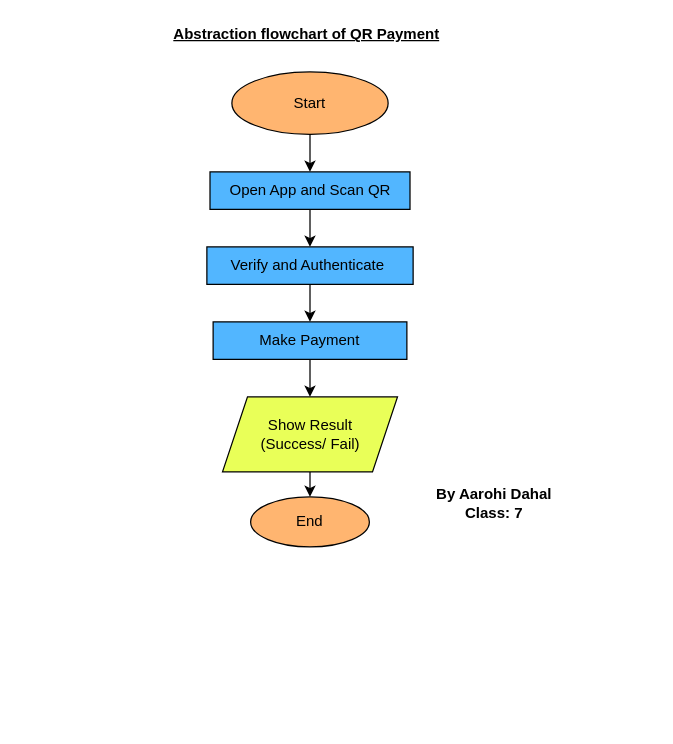
This is Arohi2.drawio from dikshyarai10/CHM, a draw.io file, before an edit. Source tidied: cells renumbered, new cells numbered last; positions are measured from the earlier drawing's top-left corner, leaving out a move shared by most shapes. Both pictures are drawn from the tidied source at 125%, with x=0, y=0 at pixel (162, 21).
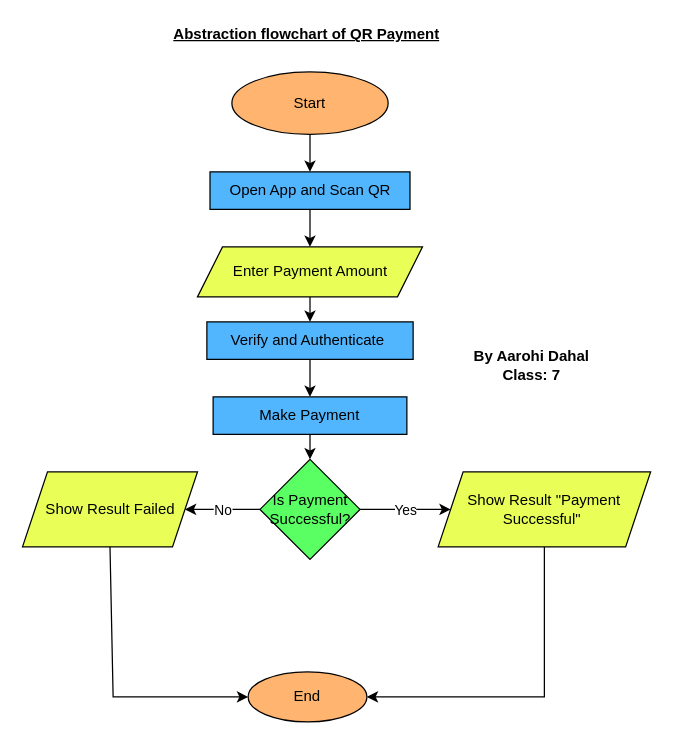
Above is the later version.

The change refers to these unchanged cells:
```xml
<mxCell id="4" value="Open App and Scan QR" style="rounded=0;whiteSpace=wrap;html=1;fillColor=#52B6FF;" parent="1" vertex="1">
  <mxGeometry x="37.5" y="120" width="160" height="30" as="geometry" />
</mxCell>
```

What changed in the source:
```diff
@@
     <mxCell id="5" value="Verify and Authenticate&amp;nbsp;" style="rounded=0;whiteSpace=wrap;html=1;fillColor=#52B6FF;" parent="1" vertex="1">
-      <mxGeometry x="35" y="180" width="165" height="30" as="geometry" />
+      <mxGeometry x="35" y="240" width="165" height="30" as="geometry" />
     </mxCell>
     <mxCell id="6" value="Make Payment" style="rounded=0;whiteSpace=wrap;html=1;fillColor=#52B6FF;" parent="1" vertex="1">
-      <mxGeometry x="40" y="240" width="155" height="30" as="geometry" />
+      <mxGeometry x="40" y="300" width="155" height="30" as="geometry" />
     </mxCell>
-    <mxCell id="7" value="Show Result&lt;div&gt;(Success/ Fail)&lt;/div&gt;" style="shape=parallelogram;perimeter=parallelogramPerimeter;whiteSpace=wrap;html=1;fixedSize=1;fillColor=#E9FF58;" parent="1" vertex="1">
-      <mxGeometry x="47.5" y="300" width="140" height="60" as="geometry" />
+    <mxCell id="7" value="Show Result Failed" style="shape=parallelogram;perimeter=parallelogramPerimeter;whiteSpace=wrap;html=1;fixedSize=1;fillColor=#E9FF58;" parent="1" vertex="1">
+      <mxGeometry x="-112.5" y="360" width="140" height="60" as="geometry" />
     </mxCell>
     <mxCell id="8" value="End" style="ellipse;whiteSpace=wrap;html=1;fillColor=#FFB570;" parent="1" vertex="1">
-      <mxGeometry x="70" y="380" width="95" height="40" as="geometry" />
+      <mxGeometry x="68" y="520" width="95" height="40" as="geometry" />
     </mxCell>
@@
-    <mxCell id="10" style="endArrow=classic;html=1;rounded=0;entryX=0.5;entryY=0;entryDx=0;entryDy=0;exitX=0.5;exitY=1;exitDx=0;exitDy=0;" parent="1" edge="1" source="4" target="5">
-      <mxGeometry relative="1" as="geometry" />
-    </mxCell>
@@
-    <mxCell id="12" style="endArrow=classic;html=1;rounded=0;entryX=0.5;entryY=0;entryDx=0;entryDy=0;exitX=0.5;exitY=1;exitDx=0;exitDy=0;" parent="1" edge="1" source="6" target="7">
-      <mxGeometry relative="1" as="geometry" />
-    </mxCell>
-    <mxCell id="13" style="endArrow=classic;html=1;rounded=0;entryX=0.5;entryY=0;entryDx=0;entryDy=0;exitX=0.5;exitY=1;exitDx=0;exitDy=0;" parent="1" edge="1" source="7" target="8">
-      <mxGeometry relative="1" as="geometry" />
+    <mxCell id="13" style="endArrow=classic;html=1;rounded=0;entryX=0;entryY=0.5;entryDx=0;entryDy=0;exitX=0.5;exitY=1;exitDx=0;exitDy=0;" parent="1" edge="1" source="7" target="8">
+      <mxGeometry relative="1" as="geometry">
+        <Array as="points">
+          <mxPoint x="-40" y="540" />
+        </Array>
+      </mxGeometry>
     </mxCell>
     <mxCell id="14" value="&lt;b&gt;By Aarohi Dahal&lt;/b&gt;&lt;div&gt;&lt;b&gt;Class: 7&lt;/b&gt;&lt;/div&gt;" style="text;html=1;align=center;verticalAlign=middle;whiteSpace=wrap;rounded=0;" parent="1" vertex="1">
-      <mxGeometry x="210" y="370" width="110" height="30" as="geometry" />
+      <mxGeometry x="240" y="260" width="110" height="30" as="geometry" />
     </mxCell>
+    <mxCell id="15" value="Enter Payment Amount" style="shape=parallelogram;perimeter=parallelogramPerimeter;whiteSpace=wrap;html=1;fixedSize=1;fillColor=#E9FF58;" parent="1" vertex="1">
+      <mxGeometry x="27.5" y="180" width="180" height="40" as="geometry" />
+    </mxCell>
+    <mxCell id="16" value="Is Payment Successful?" style="rhombus;whiteSpace=wrap;html=1;fillColor=#5AFF64;" parent="1" vertex="1">
+      <mxGeometry x="77.5" y="350" width="80" height="80" as="geometry" />
+    </mxCell>
+    <mxCell id="17" value="Show Result &quot;Payment Successful&quot;&amp;nbsp;" style="shape=parallelogram;perimeter=parallelogramPerimeter;whiteSpace=wrap;html=1;fixedSize=1;fillColor=#E9FF58;" parent="1" vertex="1">
+      <mxGeometry x="220" y="360" width="170" height="60" as="geometry" />
+    </mxCell>
+    <mxCell id="18" style="endArrow=classic;html=1;rounded=0;entryX=1;entryY=0.5;entryDx=0;entryDy=0;exitX=0;exitY=0.5;exitDx=0;exitDy=0;" parent="1" edge="1" source="16" target="7">
+      <mxGeometry relative="1" as="geometry" />
+    </mxCell>
+    <mxCell id="19" value="No" style="edgeLabel;html=1;align=center;verticalAlign=middle;" parent="18" vertex="1">
+      <mxGeometry relative="1" as="geometry" />
+    </mxCell>
+    <mxCell id="20" style="endArrow=classic;html=1;rounded=0;entryX=0;entryY=0.5;entryDx=0;entryDy=0;exitX=1;exitY=0.5;exitDx=0;exitDy=0;" parent="1" edge="1" source="16" target="17">
+      <mxGeometry relative="1" as="geometry" />
+    </mxCell>
+    <mxCell id="21" value="Yes" style="edgeLabel;html=1;align=center;verticalAlign=middle;" parent="20" vertex="1">
+      <mxGeometry relative="1" as="geometry" />
+    </mxCell>
+    <mxCell id="22" style="endArrow=classic;html=1;rounded=0;entryX=1;entryY=0.5;entryDx=0;entryDy=0;exitX=0.5;exitY=1;exitDx=0;exitDy=0;" parent="1" edge="1" source="17" target="8">
+      <mxGeometry relative="1" as="geometry">
+        <Array as="points">
+          <mxPoint x="305" y="540" />
+        </Array>
+      </mxGeometry>
+    </mxCell>
+    <mxCell id="23" style="endArrow=classic;html=1;rounded=0;exitX=0.5;exitY=1;exitDx=0;exitDy=0;entryX=0.5;entryY=0;entryDx=0;entryDy=0;" parent="1" edge="1" source="4" target="15">
+      <mxGeometry relative="1" as="geometry" />
+    </mxCell>
+    <mxCell id="24" style="endArrow=classic;html=1;rounded=0;exitX=0.5;exitY=1;exitDx=0;exitDy=0;entryX=0.5;entryY=0;entryDx=0;entryDy=0;" parent="1" edge="1" source="15" target="5">
+      <mxGeometry relative="1" as="geometry" />
+    </mxCell>
+    <mxCell id="25" style="endArrow=classic;html=1;rounded=0;entryX=0.5;entryY=0;entryDx=0;entryDy=0;exitX=0.5;exitY=1;exitDx=0;exitDy=0;" parent="1" edge="1" source="6" target="16">
+      <mxGeometry relative="1" as="geometry" />
+    </mxCell>
```
